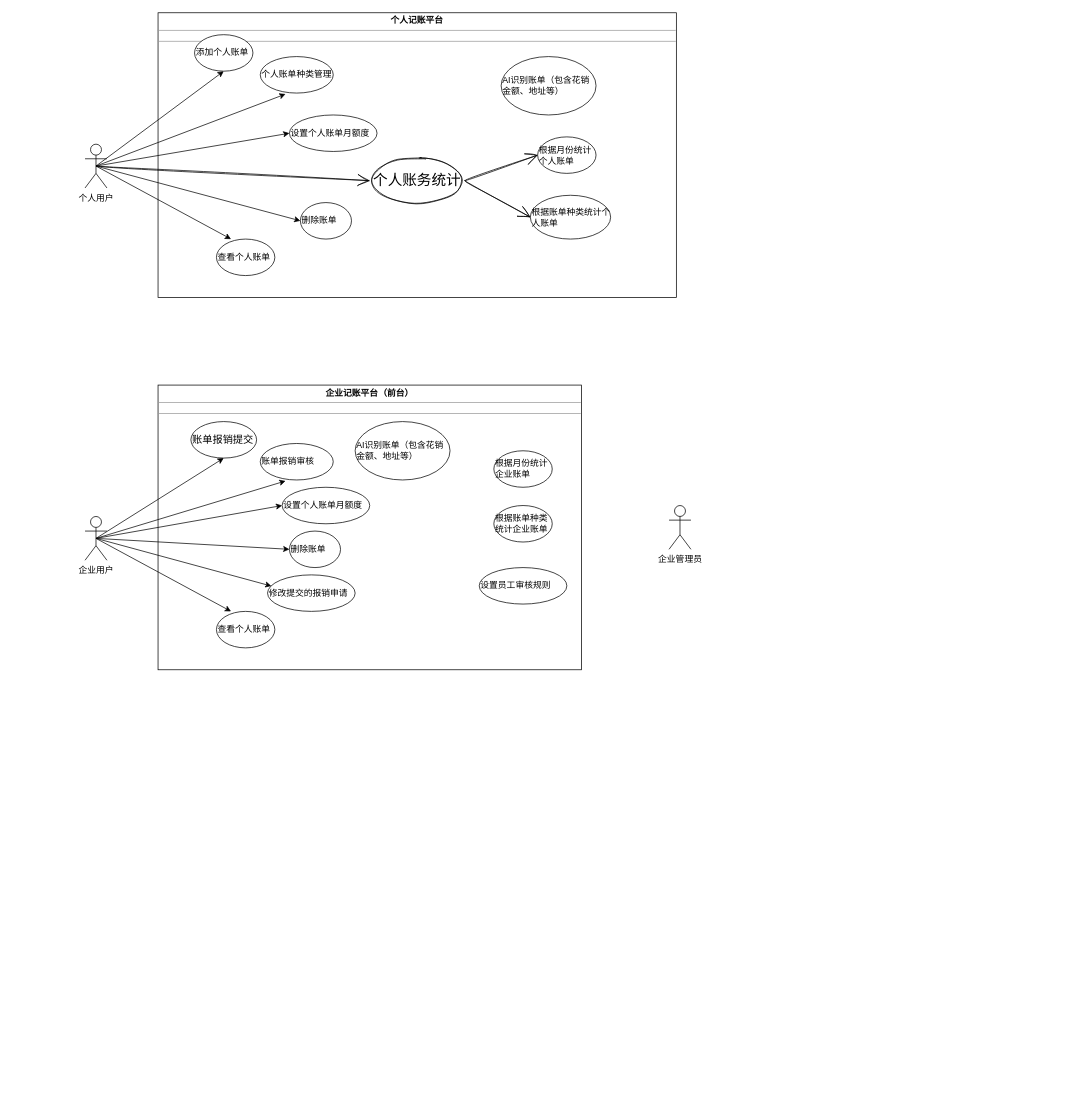
The draw.io diagram 毕设/账单平台用例图.drawio in imrole/UML, before the edit. Source tidied: cells renumbered, new cells numbered last; positions are measured from the earlier drawing's top-left corner, leaving out a move shared by most shapes. Both pictures are drawn from the tidied source at 73%, with x=0, y=0 at pixel (85, 12).
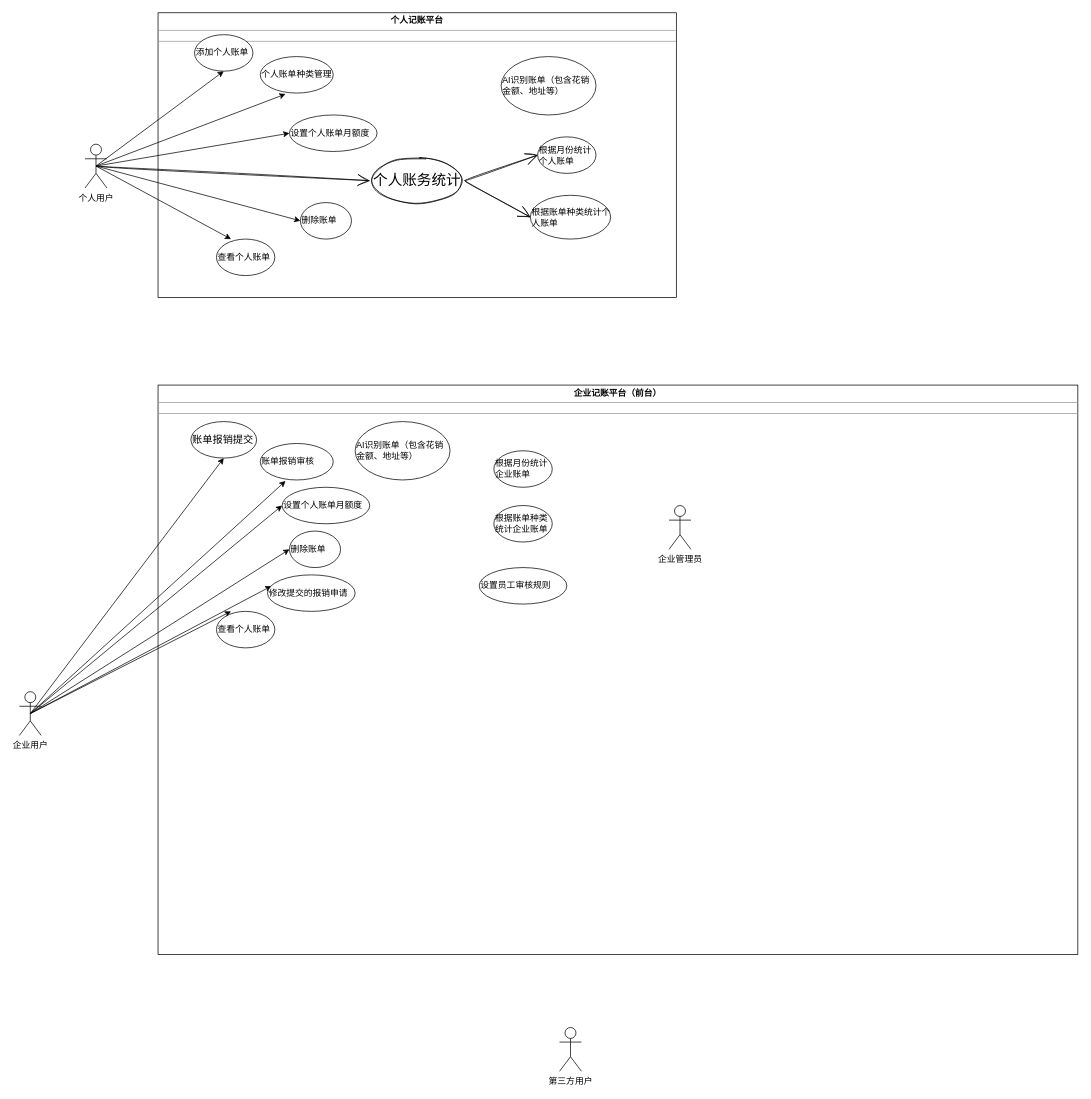
Above is the later version.

Commit message:
Update 账单平台用例图.drawio

Change to the diagram source:
```diff
@@
     <mxCell id="17" value="&lt;p style=&quot;margin: 0px ; margin-top: 4px ; text-align: center&quot;&gt;&lt;b&gt;企业记账平台（前台）&lt;/b&gt;&lt;/p&gt;&lt;hr size=&quot;1&quot;&gt;&lt;div style=&quot;height: 2px&quot;&gt;&lt;/div&gt;&lt;hr size=&quot;1&quot;&gt;&lt;div style=&quot;height: 2px&quot;&gt;&lt;/div&gt;" style="verticalAlign=top;align=left;overflow=fill;fontSize=12;fontFamily=Helvetica;html=1;" parent="1" vertex="1">
-      <mxGeometry x="100" y="510" width="580" height="390" as="geometry" />
+      <mxGeometry x="100" y="510" width="1260" height="780" as="geometry" />
     </mxCell>
@@
     <mxCell id="24" value="企业用户" style="shape=umlActor;verticalLabelPosition=bottom;verticalAlign=top;html=1;" parent="1" vertex="1">
-      <mxGeometry y="690" width="30" height="60" as="geometry" />
+      <mxGeometry x="-90" y="930" width="30" height="60" as="geometry" />
     </mxCell>
@@
+    <mxCell id="40" value="第三方用户" style="shape=umlActor;verticalLabelPosition=bottom;verticalAlign=top;html=1;" parent="1" vertex="1">
+      <mxGeometry x="650" y="1390" width="30" height="60" as="geometry" />
+    </mxCell>
```
